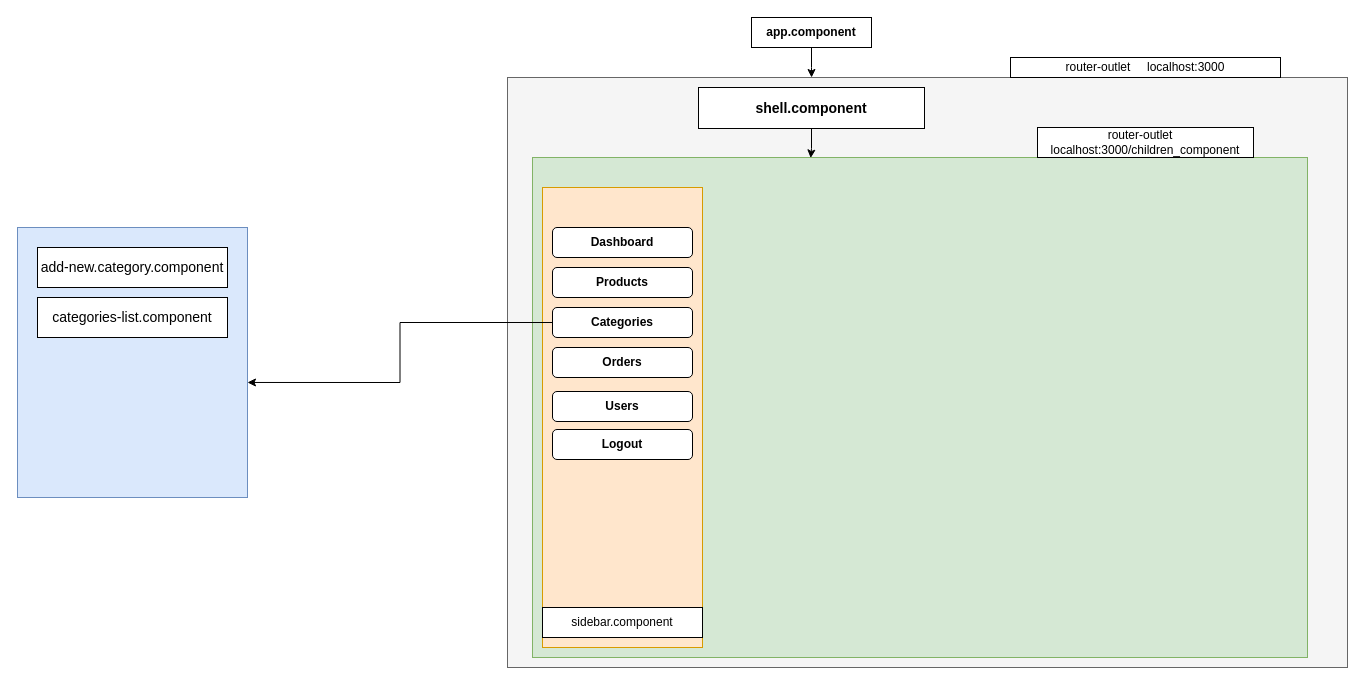
Before: page "Page-3" (3 of 3) of yellowsign/yellow_sign.drawio in Binayak3666/My_Application_Drawing_Architect, a draw.io diagram. Source tidied: cells renumbered, new cells numbered last; positions are measured from the earlier drawing's top-left corner, leaving out a move shared by most shapes. Both pictures are drawn from the tidied source at 100%, with x=0, y=0 at pixel (17, 17).
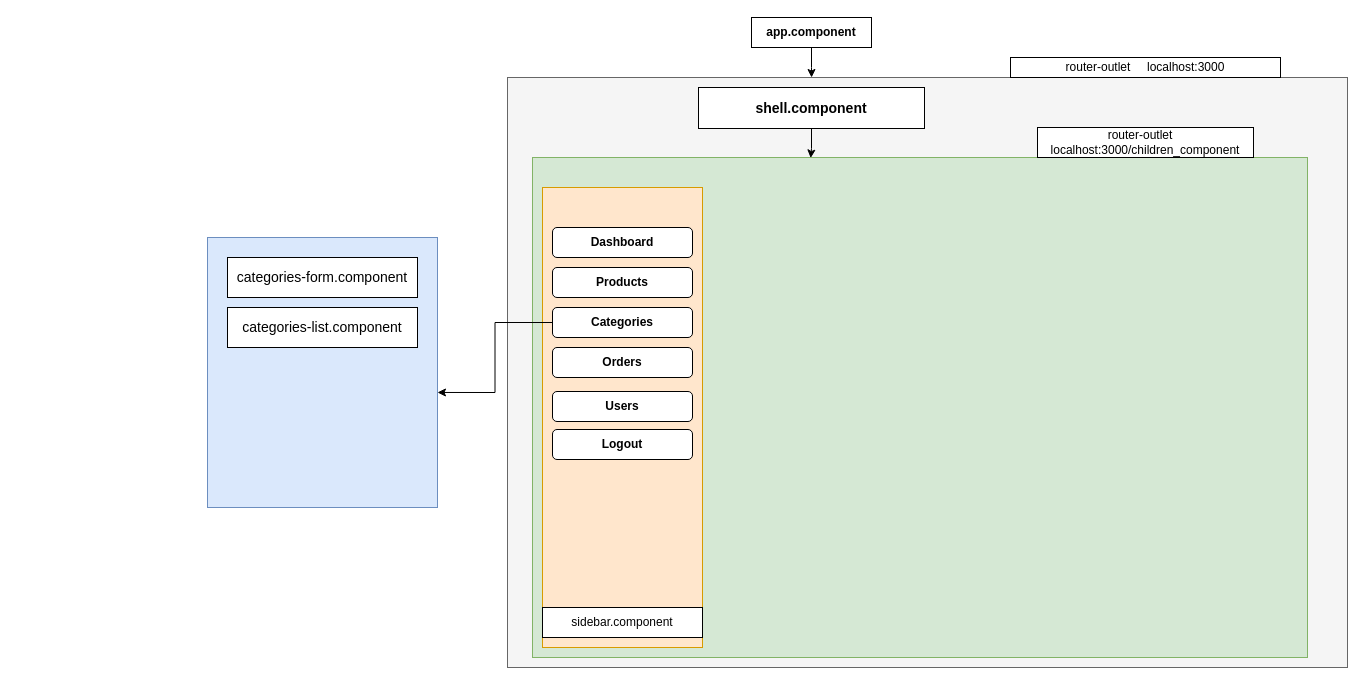
The same diagram, later.

Diff of the diagram source:
```diff
@@
     <mxCell id="19" style="rounded=0;whiteSpace=wrap;html=1;labelBackgroundColor=#FFFFFF;fontSize=14;strokeColor=#6c8ebf;fillColor=#dae8fc;" parent="1" vertex="1">
-      <mxGeometry y="210" width="230" height="270" as="geometry" />
+      <mxGeometry x="190" y="220" width="230" height="270" as="geometry" />
     </mxCell>
-    <mxCell id="20" value="add-new.category.component" style="rounded=0;whiteSpace=wrap;html=1;labelBackgroundColor=#FFFFFF;fontSize=14;strokeColor=default;" parent="1" vertex="1">
-      <mxGeometry x="20" y="230" width="190" height="40" as="geometry" />
+    <mxCell id="20" value="categories-form.component" style="rounded=0;whiteSpace=wrap;html=1;labelBackgroundColor=#FFFFFF;fontSize=14;strokeColor=default;" parent="1" vertex="1">
+      <mxGeometry x="210" y="240" width="190" height="40" as="geometry" />
     </mxCell>
     <mxCell id="21" value="categories-list.component" style="rounded=0;whiteSpace=wrap;html=1;labelBackgroundColor=#FFFFFF;fontSize=14;strokeColor=default;" parent="1" vertex="1">
-      <mxGeometry x="20" y="280" width="190" height="40" as="geometry" />
+      <mxGeometry x="210" y="290" width="190" height="40" as="geometry" />
     </mxCell>
```
